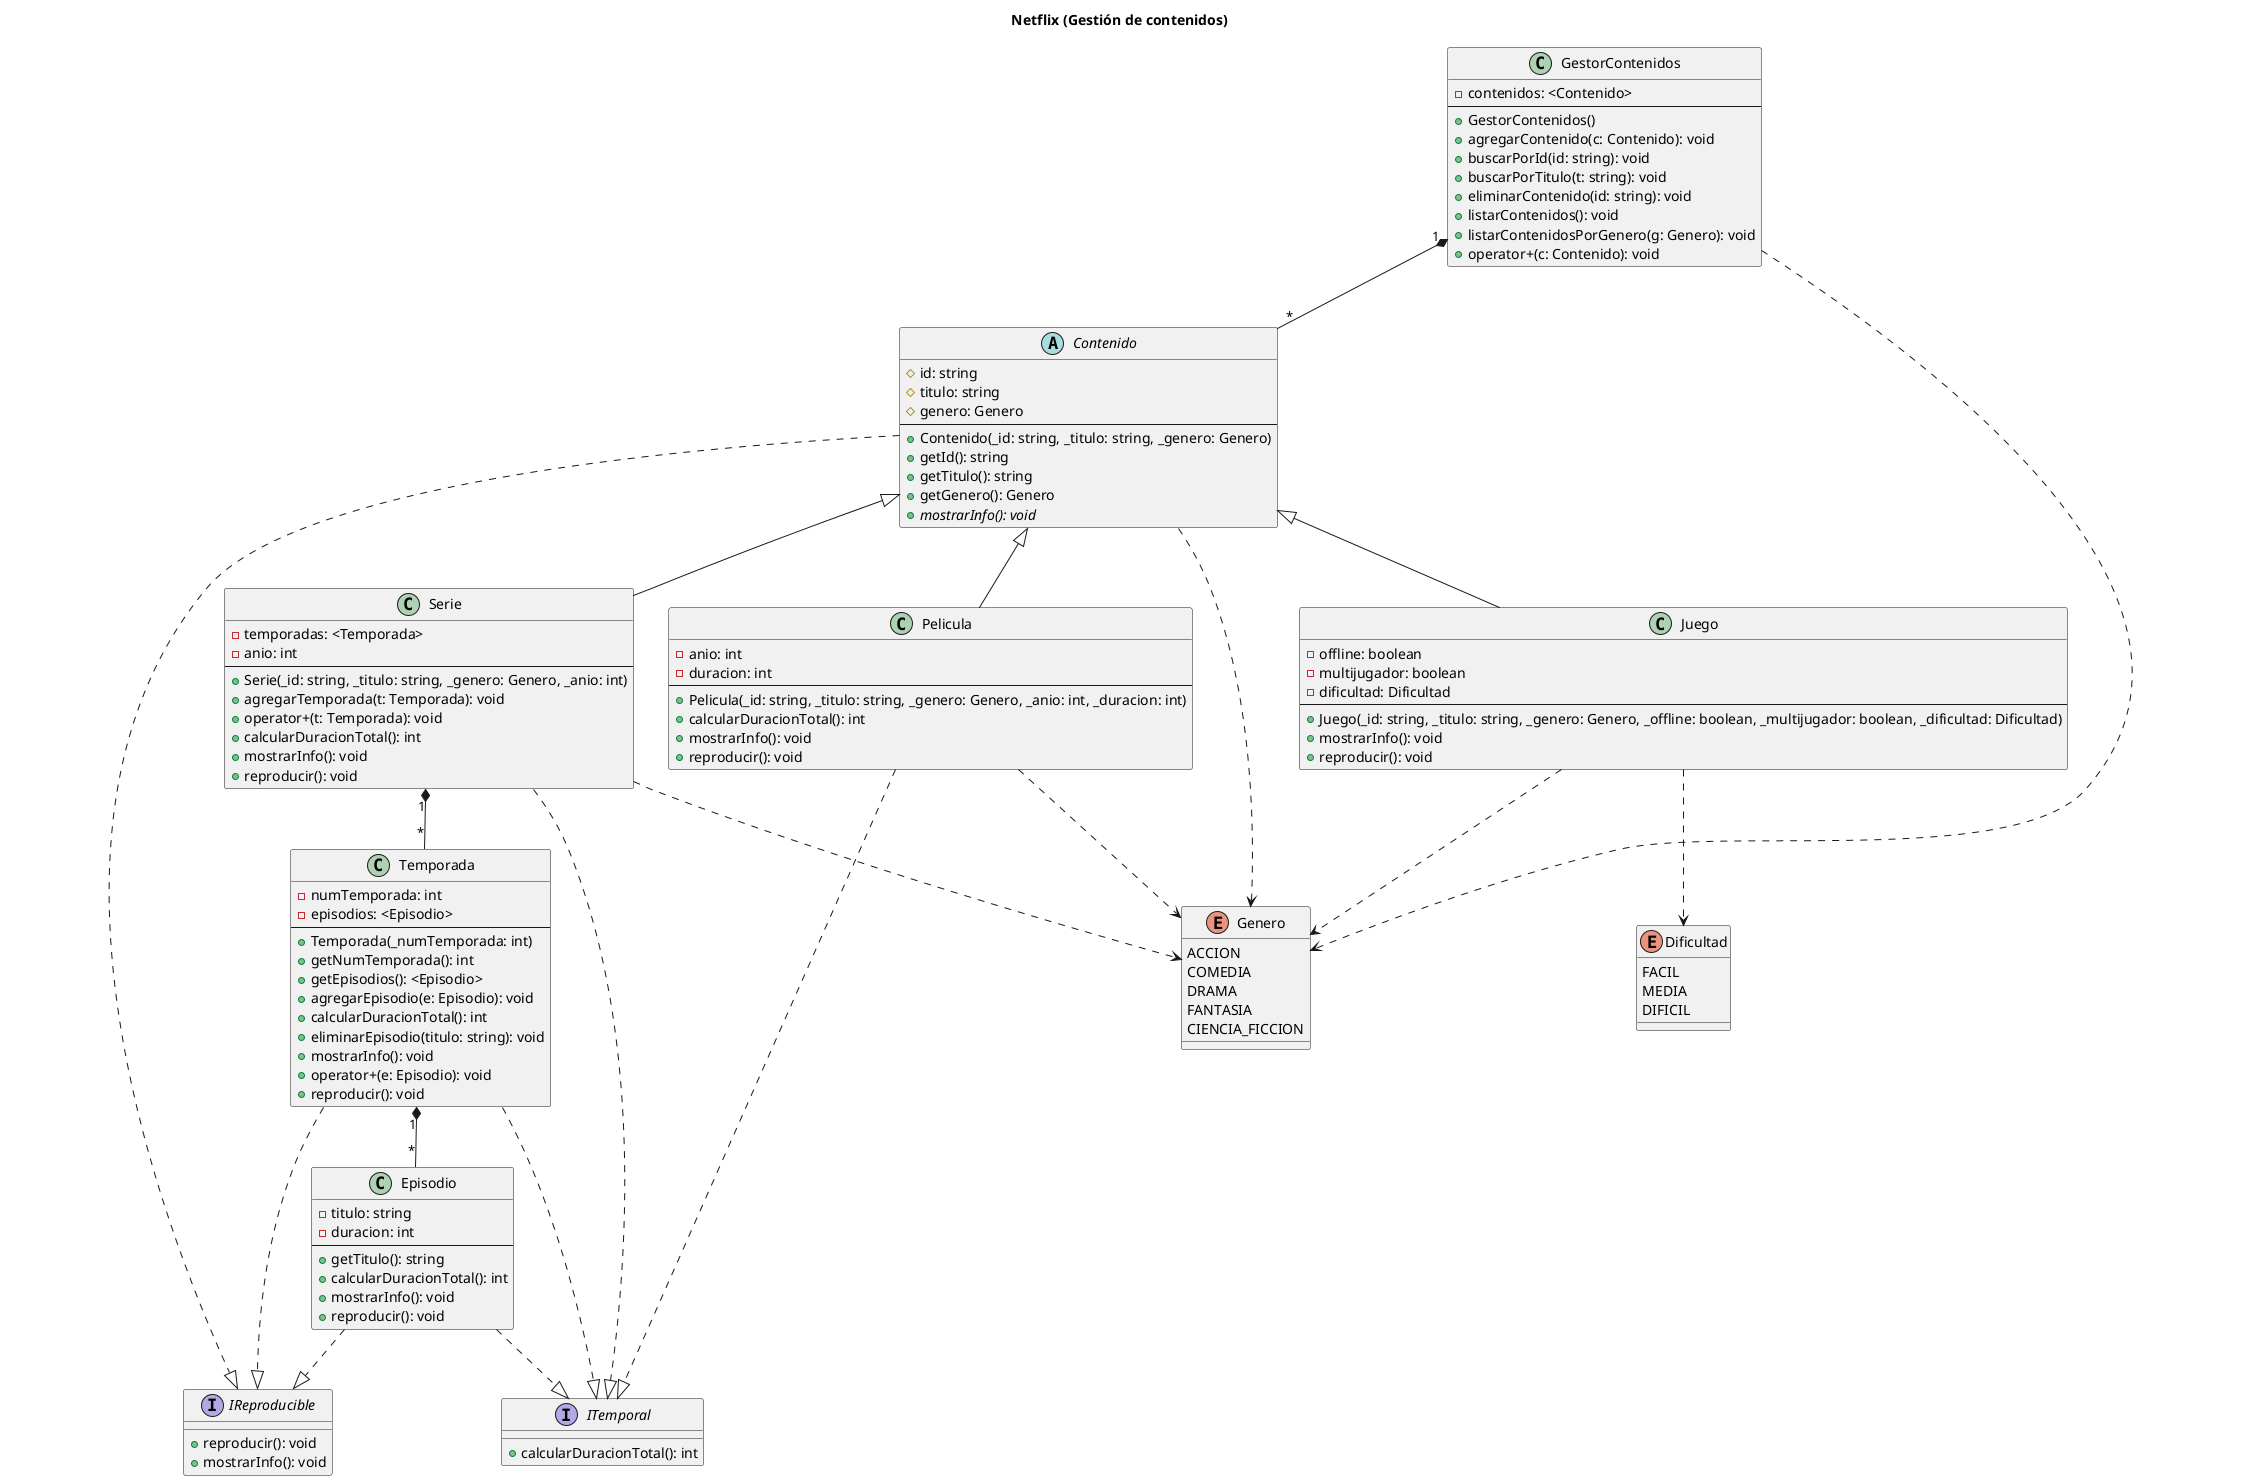
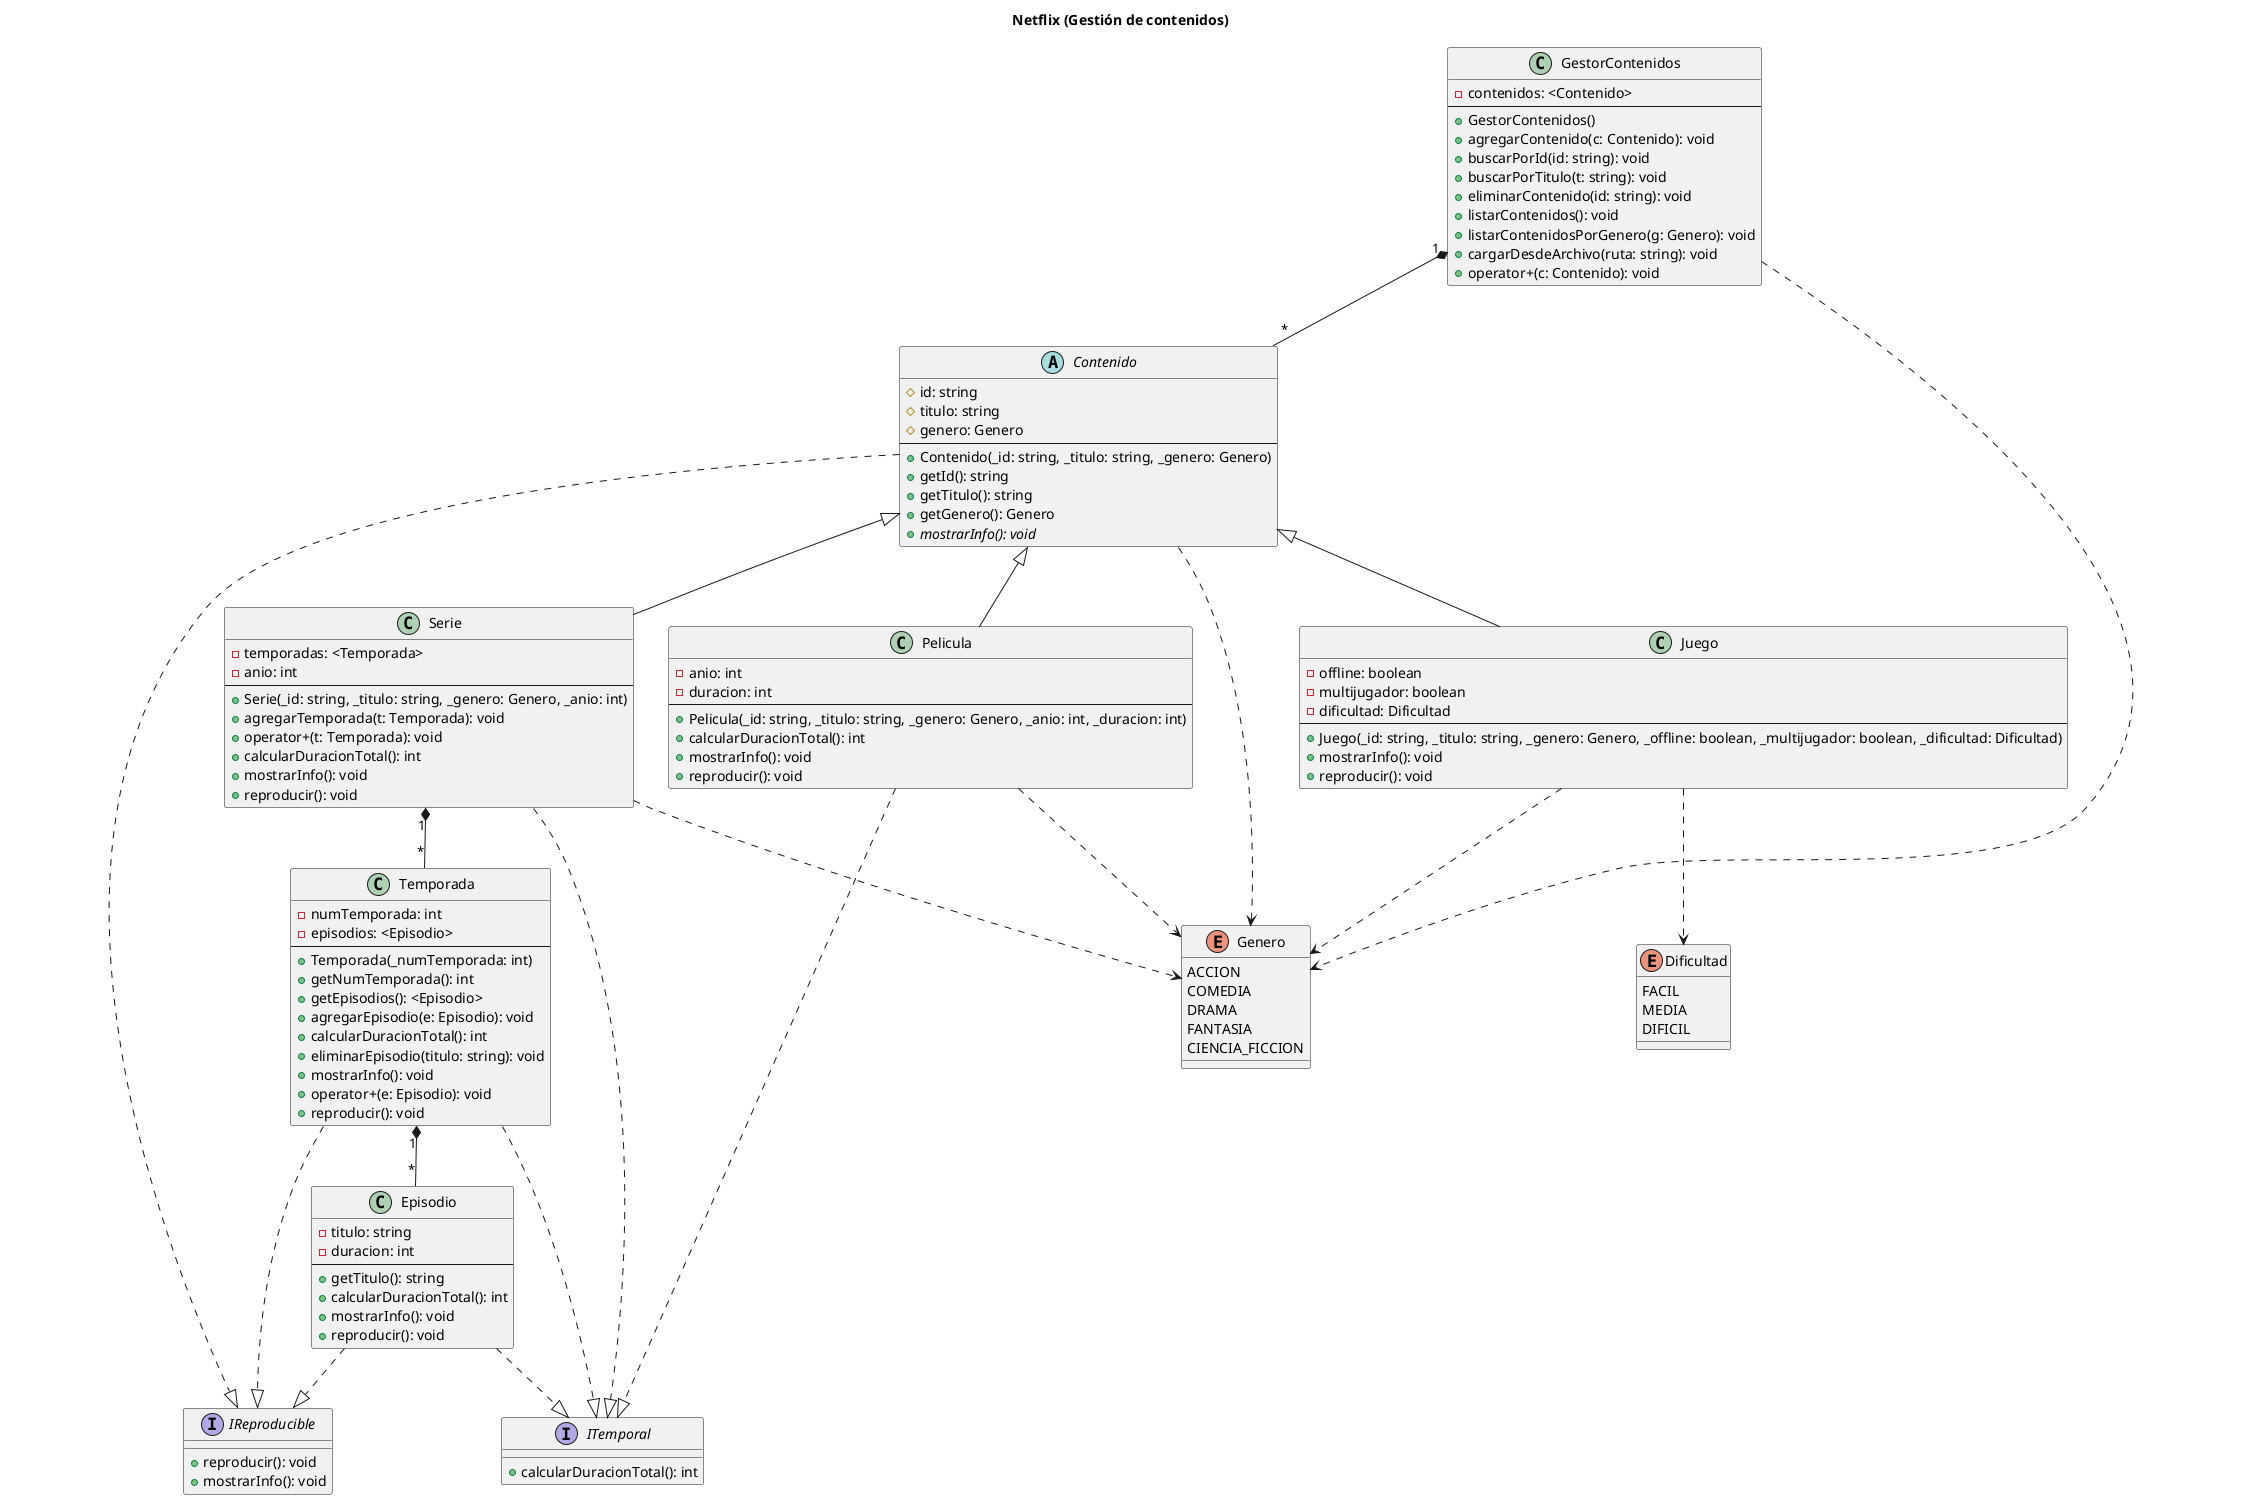
@startuml gestor_streaming
title Netflix (Gestión de contenidos)

interface IReproducible {
  + reproducir(): void
  + mostrarInfo(): void
}

interface ITemporal {
  + calcularDuracionTotal(): int
}

abstract class Contenido {
  # id: string
  # titulo: string
  # genero: Genero
  ---
  + Contenido(_id: string, _titulo: string, _genero: Genero)
  + getId(): string
  + getTitulo(): string
  + getGenero(): Genero
  + {abstract} mostrarInfo(): void
}

class GestorContenidos {
  - contenidos: <Contenido>
  ---
  + GestorContenidos()
  + agregarContenido(c: Contenido): void
  + buscarPorId(id: string): void
  + buscarPorTitulo(t: string): void
  + eliminarContenido(id: string): void
  + listarContenidos(): void
  + listarContenidosPorGenero(g: Genero): void
+   + cargarDesdeArchivo(ruta: string): void
  + operator+(c: Contenido): void
}

class Pelicula {
  - anio: int
  - duracion: int
  ---
  + Pelicula(_id: string, _titulo: string, _genero: Genero, _anio: int, _duracion: int)
  + calcularDuracionTotal(): int
  + mostrarInfo(): void
  + reproducir(): void
}

class Serie {
  - temporadas: <Temporada>
  - anio: int
  ---
  + Serie(_id: string, _titulo: string, _genero: Genero, _anio: int)
  + agregarTemporada(t: Temporada): void
  + operator+(t: Temporada): void
  + calcularDuracionTotal(): int
  + mostrarInfo(): void
  + reproducir(): void
}

class Juego {
  - offline: boolean
  - multijugador: boolean
  - dificultad: Dificultad
  ---
  + Juego(_id: string, _titulo: string, _genero: Genero, _offline: boolean, _multijugador: boolean, _dificultad: Dificultad)
  + mostrarInfo(): void
  + reproducir(): void
}

enum Dificultad {
  FACIL
  MEDIA
  DIFICIL
}

enum Genero {
  ACCION
  COMEDIA
  DRAMA
  FANTASIA
  CIENCIA_FICCION
}

class Temporada {
  - numTemporada: int
  - episodios: <Episodio>
  ---
  + Temporada(_numTemporada: int)
  + getNumTemporada(): int
  + getEpisodios(): <Episodio>
  + agregarEpisodio(e: Episodio): void
  + calcularDuracionTotal(): int
  + eliminarEpisodio(titulo: string): void
  + mostrarInfo(): void
  + operator+(e: Episodio): void
  + reproducir(): void
}

class Episodio {
  - titulo: string
  - duracion: int
  ---
  + getTitulo(): string
  + calcularDuracionTotal(): int
  + mostrarInfo(): void
  + reproducir(): void
}

' Jerarquía principal
Contenido <|-- Pelicula
Contenido <|-- Serie
Contenido <|-- Juego

' Interfaces
Contenido ..|> IReproducible
Episodio ..|> IReproducible
Temporada ..|> IReproducible

Pelicula ..|> ITemporal
Serie ..|> ITemporal
Temporada ..|> ITemporal
Episodio ..|> ITemporal

' Composiciones
GestorContenidos "1" *-- "*" Contenido
Serie "1" *-- "*" Temporada
Temporada "1" *-- "*" Episodio

' Dependencia
Contenido ..> Genero
GestorContenidos ..> Genero
Pelicula ..> Genero
Serie ..> Genero
Juego ..> Genero
Juego ..> Dificultad

@enduml